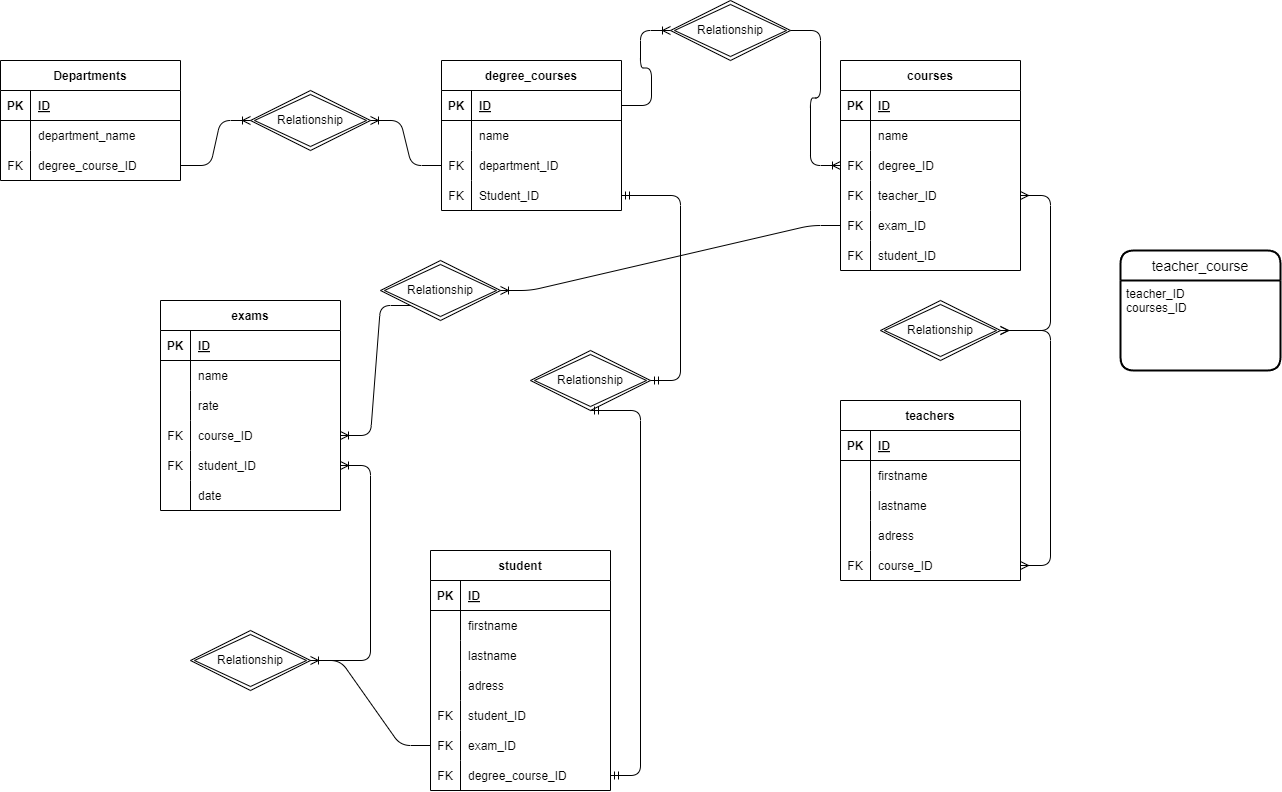
ManuelTrappolini/db-university keeps this draw.io diagram as university.png. Above is the earlier version. Source tidied: cells renumbered, new cells last; positions are measured from the earlier drawing's top-left corner, leaving out a move shared by most shapes.
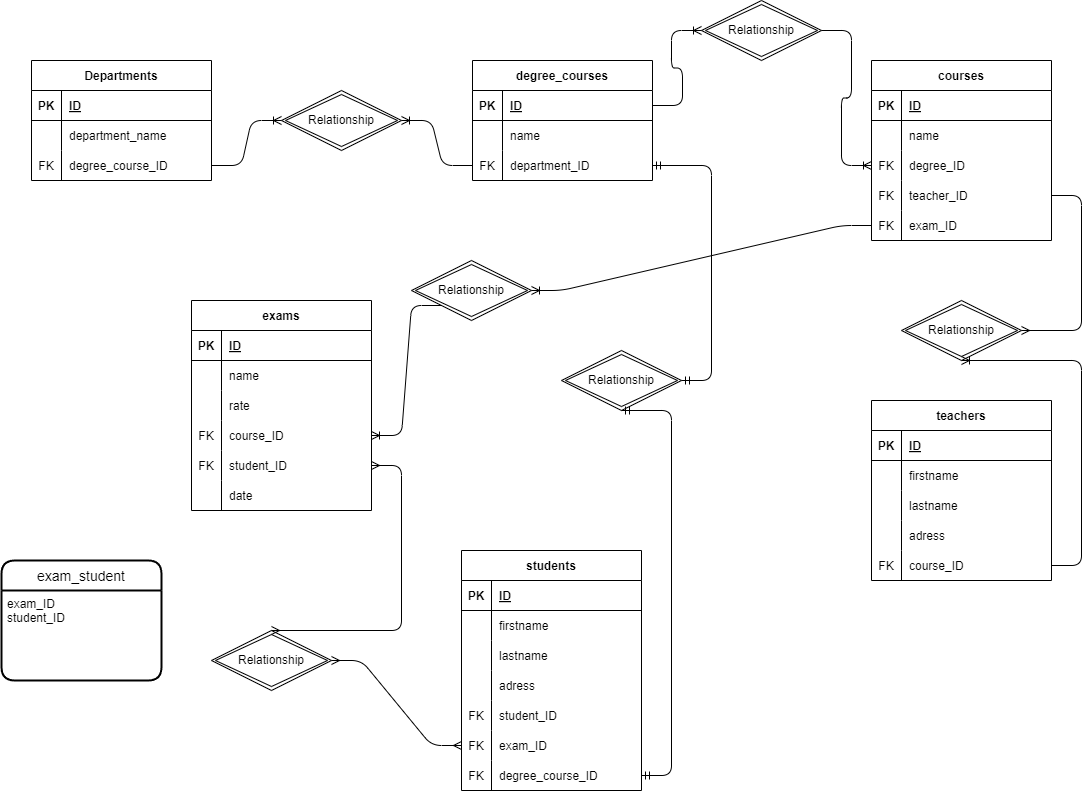
The same diagram one commit later.

Diff of the diagram source:
```diff
@@ -36,7 +36,7 @@
       <mxGeometry x="250" y="90" width="120" height="60" as="geometry" />
     </mxCell>
     <mxCell id="13" value="degree_courses" style="shape=table;startSize=30;rowLines=0;fontStyle=1;align=center;" parent="1" vertex="1">
-      <mxGeometry x="441" y="60" width="180" height="150" as="geometry" />
+      <mxGeometry x="441" y="60" width="180" height="120" as="geometry" />
     </mxCell>
     <mxCell id="14" style="shape=tableRow;horizontal=0;startSize=0;swimlaneHead=0;swimlaneBody=0;fillColor=none;points=[[0,0.5],[1,0.5]];portConstraint=eastwest;top=0;left=0;right=0;bottom=1;" parent="13" vertex="1">
       <mxGeometry y="30" width="180" height="30" as="geometry" />
@@ -65,15 +65,6 @@
     <mxCell id="22" value="department_ID" style="shape=partialRectangle;fillColor=none;top=0;left=0;bottom=0;right=0;align=left;spacingLeft=6;overflow=hidden;" parent="20" vertex="1">
       <mxGeometry x="30" width="150" height="30" as="geometry" />
     </mxCell>
-    <mxCell id="23" style="shape=tableRow;horizontal=0;startSize=0;swimlaneHead=0;swimlaneBody=0;fillColor=none;points=[[0,0.5],[1,0.5]];portConstraint=eastwest;top=0;left=0;right=0;bottom=0;" parent="13" vertex="1">
-      <mxGeometry y="120" width="180" height="30" as="geometry" />
-    </mxCell>
-    <mxCell id="24" value="FK" style="shape=partialRectangle;fillColor=none;top=0;left=0;bottom=0;right=0;overflow=hidden;" parent="23" vertex="1">
-      <mxGeometry width="30" height="30" as="geometry" />
-    </mxCell>
-    <mxCell id="25" value="Student_ID" style="shape=partialRectangle;fillColor=none;top=0;left=0;bottom=0;right=0;align=left;spacingLeft=6;overflow=hidden;" parent="23" vertex="1">
-      <mxGeometry x="30" width="150" height="30" as="geometry" />
-    </mxCell>
     <mxCell id="26" style="edgeStyle=entityRelationEdgeStyle;fontSize=12;html=1;endArrow=ERoneToMany;exitX=1;exitY=0.5;exitDx=0;exitDy=0;" parent="1" edge="1" source="9" target="12">
       <mxGeometry relative="1" as="geometry" />
     </mxCell>
@@ -81,7 +72,7 @@
       <mxGeometry relative="1" as="geometry" />
     </mxCell>
     <mxCell id="28" value="courses" style="shape=table;startSize=30;rowLines=0;fontStyle=1;align=center;" parent="1" vertex="1">
-      <mxGeometry x="840" y="60" width="180" height="210" as="geometry" />
+      <mxGeometry x="840" y="60" width="180" height="180" as="geometry" />
     </mxCell>
     <mxCell id="29" style="shape=tableRow;horizontal=0;startSize=0;swimlaneHead=0;swimlaneBody=0;fillColor=none;top=0;left=0;right=0;bottom=1;" parent="28" vertex="1">
       <mxGeometry y="30" width="180" height="30" as="geometry" />
@@ -128,15 +119,6 @@
     <mxCell id="43" value="exam_ID" style="shape=partialRectangle;fillColor=none;top=0;left=0;bottom=0;right=0;align=left;spacingLeft=6;overflow=hidden;" parent="41" vertex="1">
       <mxGeometry x="30" width="150" height="30" as="geometry" />
     </mxCell>
-    <mxCell id="44" style="shape=tableRow;horizontal=0;startSize=0;swimlaneHead=0;swimlaneBody=0;fillColor=none;top=0;left=0;right=0;bottom=0;" parent="28" vertex="1">
-      <mxGeometry y="180" width="180" height="30" as="geometry" />
-    </mxCell>
-    <mxCell id="45" value="FK" style="shape=partialRectangle;fillColor=none;top=0;left=0;bottom=0;right=0;overflow=hidden;" parent="44" vertex="1">
-      <mxGeometry width="30" height="30" as="geometry" />
-    </mxCell>
-    <mxCell id="46" value="student_ID" style="shape=partialRectangle;fillColor=none;top=0;left=0;bottom=0;right=0;align=left;spacingLeft=6;overflow=hidden;" parent="44" vertex="1">
-      <mxGeometry x="30" width="150" height="30" as="geometry" />
-    </mxCell>
     <mxCell id="47" value="Relationship" style="shape=rhombus;double=1;perimeter=rhombusPerimeter;whiteSpace=wrap;html=1;align=center;" parent="1" vertex="1">
       <mxGeometry x="670" width="120" height="60" as="geometry" />
     </mxCell>
@@ -195,20 +177,8 @@
       <mxGeometry x="30" width="150" height="30" as="geometry" />
     </mxCell>
     <mxCell id="66" value="Relationship" style="shape=rhombus;double=1;perimeter=rhombusPerimeter;whiteSpace=wrap;html=1;align=center;" parent="1" vertex="1">
-      <mxGeometry x="880" y="300" width="120" height="60" as="geometry" />
+      <mxGeometry x="870" y="300" width="120" height="60" as="geometry" />
     </mxCell>
-    <mxCell id="67" style="edgeStyle=entityRelationEdgeStyle;fontSize=12;html=1;endArrow=ERmany;startArrow=ERmany;" parent="1" edge="1" source="63" target="66">
-      <mxGeometry relative="1" as="geometry" />
-    </mxCell>
-    <mxCell id="68" style="edgeStyle=entityRelationEdgeStyle;fontSize=12;html=1;endArrow=ERmany;startArrow=ERmany;" parent="1" edge="1" source="66" target="38">
-      <mxGeometry relative="1" as="geometry" />
-    </mxCell>
-    <mxCell id="69" value="teacher_course" style="swimlane;horizontal=1;startSize=30;rounded=1;fontSize=14;fontStyle=0;strokeWidth=2;shadow=0;dashed=0;align=center;" parent="1" vertex="1">
-      <mxGeometry x="1120" y="250" width="160" height="120" as="geometry" />
-    </mxCell>
-    <mxCell id="70" value="teacher_ID&#10;courses_ID" style="align=left;strokeColor=none;fillColor=none;spacingLeft=4;fontSize=12;verticalAlign=top;" parent="69" vertex="1">
-      <mxGeometry y="30" width="160" height="90" as="geometry" />
-    </mxCell>
     <mxCell id="71" value="exams" style="shape=table;startSize=30;rowLines=0;fontStyle=1;align=center;" parent="1" vertex="1">
       <mxGeometry x="160" y="300" width="180" height="210" as="geometry" />
     </mxCell>
@@ -275,7 +245,7 @@
     <mxCell id="92" style="edgeStyle=entityRelationEdgeStyle;fontSize=12;html=1;endArrow=ERoneToMany;exitX=0;exitY=1;exitDx=0;exitDy=0;" parent="1" edge="1" source="90" target="81">
       <mxGeometry relative="1" as="geometry" />
     </mxCell>
-    <mxCell id="93" value="student" style="shape=table;startSize=30;rowLines=0;fontStyle=1;align=center;" parent="1" vertex="1">
+    <mxCell id="93" value="students" style="shape=table;startSize=30;rowLines=0;fontStyle=1;align=center;" parent="1" vertex="1">
       <mxGeometry x="430" y="550" width="180" height="240" as="geometry" />
     </mxCell>
     <mxCell id="94" style="shape=tableRow;horizontal=0;startSize=0;swimlaneHead=0;swimlaneBody=0;fillColor=none;top=0;left=0;right=0;bottom=1;" parent="93" vertex="1">
@@ -342,22 +312,34 @@
       <mxGeometry x="30" width="150" height="30" as="geometry" />
     </mxCell>
     <mxCell id="115" value="Relationship" style="shape=rhombus;double=1;perimeter=rhombusPerimeter;whiteSpace=wrap;html=1;align=center;" parent="1" vertex="1">
-      <mxGeometry x="190" y="630" width="120" height="60" as="geometry" />
+      <mxGeometry x="180" y="630" width="120" height="60" as="geometry" />
     </mxCell>
     <mxCell id="116" value="Relationship" style="shape=rhombus;double=1;perimeter=rhombusPerimeter;whiteSpace=wrap;html=1;align=center;" parent="1" vertex="1">
       <mxGeometry x="530" y="350" width="120" height="60" as="geometry" />
     </mxCell>
-    <mxCell id="117" style="edgeStyle=entityRelationEdgeStyle;fontSize=12;html=1;endArrow=ERmandOne;startArrow=ERmandOne;" parent="1" edge="1" source="116" target="23">
+    <mxCell id="117" style="edgeStyle=entityRelationEdgeStyle;fontSize=12;html=1;endArrow=ERmandOne;startArrow=ERmandOne;" parent="1" edge="1" source="116" target="20">
       <mxGeometry relative="1" as="geometry" />
     </mxCell>
     <mxCell id="118" style="edgeStyle=entityRelationEdgeStyle;fontSize=12;html=1;endArrow=ERmandOne;startArrow=ERmandOne;entryX=0.5;entryY=1;entryDx=0;entryDy=0;" parent="1" edge="1" source="112" target="116">
       <mxGeometry relative="1" as="geometry" />
     </mxCell>
+    <mxCell id="120" style="edgeStyle=entityRelationEdgeStyle;fontSize=12;html=1;endArrow=ERmany;startArrow=ERmany;exitX=0;exitY=0.5;exitDx=0;exitDy=0;" parent="1" edge="1" source="109" target="115">
+      <mxGeometry relative="1" as="geometry" />
+    </mxCell>
-    <mxCell id="119" style="edgeStyle=entityRelationEdgeStyle;fontSize=12;html=1;endArrow=ERoneToMany;" parent="1" edge="1" source="115" target="84">
+    <mxCell id="119" style="edgeStyle=entityRelationEdgeStyle;fontSize=12;html=1;endArrow=ERmany;startArrow=ERmany;exitX=0.5;exitY=0;exitDx=0;exitDy=0;" parent="1" edge="1" source="115" target="84">
       <mxGeometry relative="1" as="geometry" />
     </mxCell>
-    <mxCell id="120" style="edgeStyle=entityRelationEdgeStyle;fontSize=12;html=1;endArrow=ERoneToMany;" parent="1" edge="1" source="109" target="115">
-      <mxGeometry relative="1" as="geometry" />
-    </mxCell>
+    <mxCell id="121" value="exam_student" style="swimlane;horizontal=1;startSize=30;rounded=1;fontSize=14;fontStyle=0;strokeWidth=2;shadow=0;dashed=0;align=center;" parent="1" vertex="1">
+      <mxGeometry x="-30" y="560" width="160" height="120" as="geometry" />
+    </mxCell>
+    <mxCell id="122" value="exam_ID&#10;student_ID" style="align=left;strokeColor=none;fillColor=none;spacingLeft=4;fontSize=12;verticalAlign=top;" parent="121" vertex="1">
+      <mxGeometry y="30" width="160" height="90" as="geometry" />
+    </mxCell>
+    <mxCell id="123" style="edgeStyle=entityRelationEdgeStyle;fontSize=12;html=1;endArrow=ERmany;entryX=1;entryY=0.5;entryDx=0;entryDy=0;" parent="1" edge="1" source="38" target="66">
+      <mxGeometry relative="1" as="geometry" />
+    </mxCell>
+    <mxCell id="67" style="edgeStyle=entityRelationEdgeStyle;fontSize=12;html=1;endArrow=ERoneToMany;entryX=0.5;entryY=1;entryDx=0;entryDy=0;" parent="1" edge="1" source="63" target="66">
+      <mxGeometry relative="1" as="geometry" />
+    </mxCell>
   </root>
 </mxGraphModel>
```
